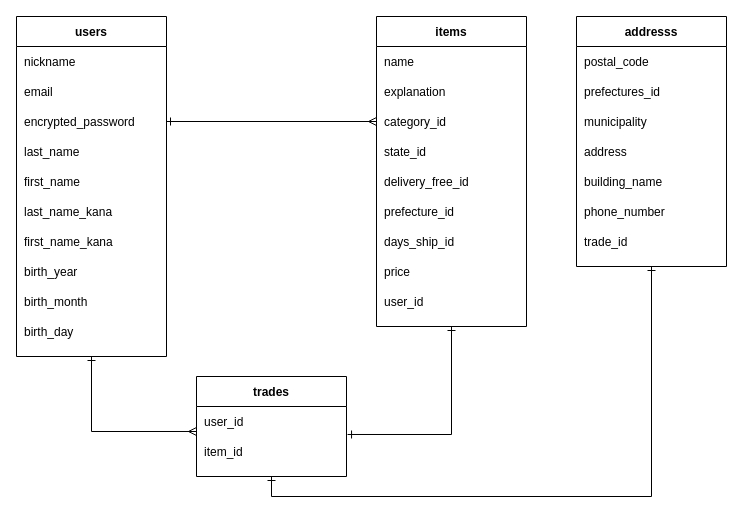
This is furima.dio from ga-syu0106/furima-31534, a draw.io file, before an edit. Source tidied: cells renumbered, new cells numbered last; positions are measured from the earlier drawing's top-left corner, leaving out a move shared by most shapes. Both pictures are drawn from the tidied source at 100%, with x=0, y=0 at pixel (16, 16).
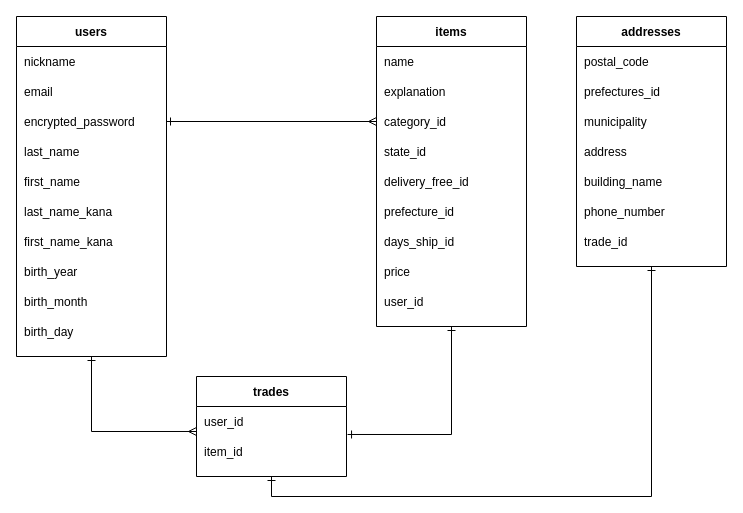
After the change.

Commit message (it also covers changes not shown here):
address複数形に修正

Change to the diagram source:
```diff
@@
-    <mxCell id="44" value="addresss" style="shape=table;startSize=30;childLayout=tableLayout;rowLines=0;fontStyle=1;align=center;" parent="1" vertex="1">
+    <mxCell id="44" value="addresses" style="shape=table;startSize=30;childLayout=tableLayout;rowLines=0;fontStyle=1;align=center;" parent="1" vertex="1">
       <mxGeometry x="560" width="150" height="250" as="geometry" />
     </mxCell>
```
